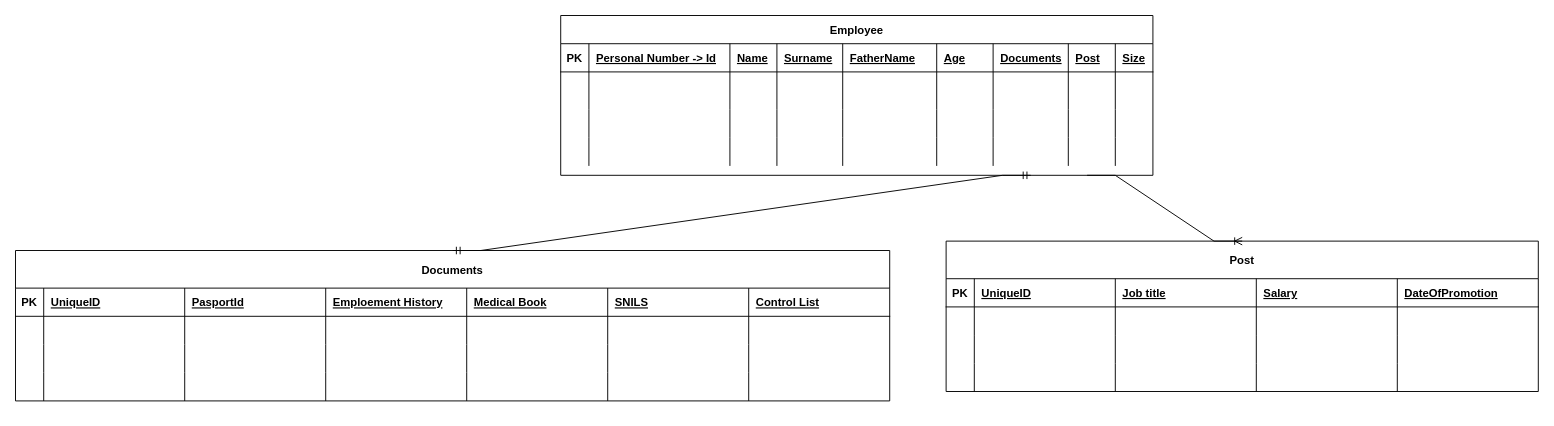
Before: KatinaDiagrama.drawio in Dorialean/Diagrams, a draw.io diagram. Source tidied: cells renumbered, new cells numbered last; positions are measured from the earlier drawing's top-left corner, leaving out a move shared by most shapes. Both pictures are drawn from the tidied source at 94%, with x=0, y=0 at pixel (15, 15).
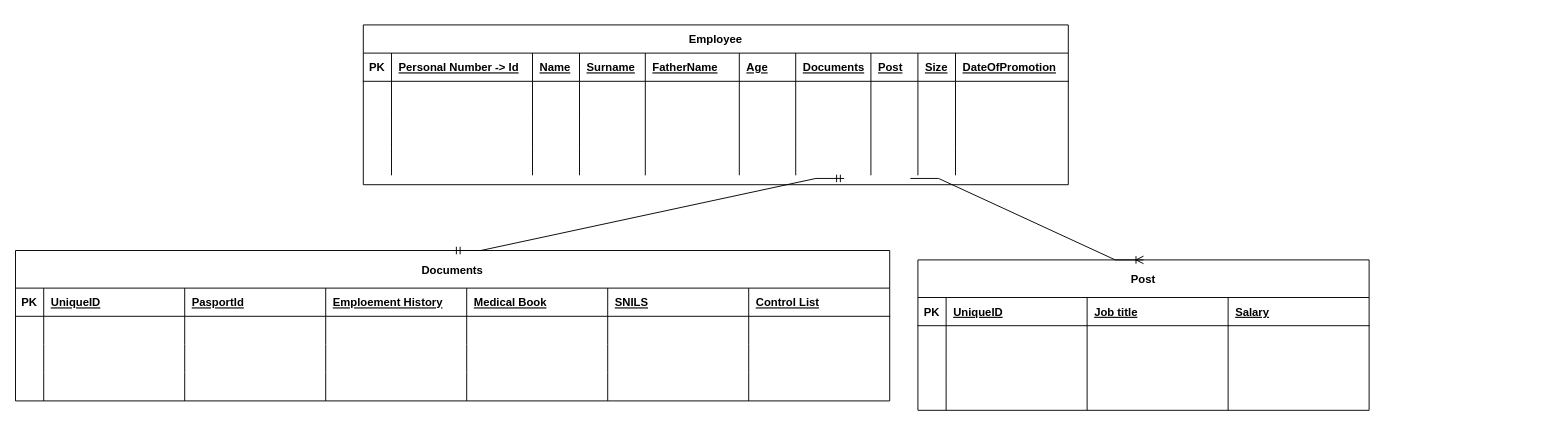
Above is the later version.

Unchanged cells that the change refers to:
```xml
<mxCell id="68" value="Documents" style="shape=table;startSize=40;childLayout=tableLayout;rowLines=0;fontStyle=1;align=center;" parent="1" vertex="1">
  <mxGeometry y="250" width="930" height="160" as="geometry" />
</mxCell>
```

The edit, as a diff of the source:
```diff
@@
     <mxCell id="2" value="Employee" style="shape=table;startSize=30;childLayout=tableLayout;rowLines=0;fontStyle=1;align=center;" parent="1" vertex="1">
-      <mxGeometry x="580" width="630" height="170" as="geometry" />
+      <mxGeometry x="370" y="10" width="750" height="170" as="geometry" />
     </mxCell>
     <mxCell id="3" style="shape=tableRow;horizontal=0;startSize=0;swimlaneHead=0;swimlaneBody=0;fillColor=none;top=0;left=0;right=0;bottom=1;" parent="2" vertex="1">
-      <mxGeometry y="30" width="630" height="30" as="geometry" />
+      <mxGeometry y="30" width="750" height="30" as="geometry" />
     </mxCell>
@@
+    <mxCell id="49" value="DateOfPromotion" style="shape=partialRectangle;fillColor=none;top=0;left=0;bottom=0;right=0;align=left;spacingLeft=6;fontStyle=5;overflow=hidden;" parent="3" vertex="1">
+      <mxGeometry x="630" width="120" height="30" as="geometry" />
+    </mxCell>
     <mxCell id="13" style="shape=tableRow;horizontal=0;startSize=0;swimlaneHead=0;swimlaneBody=0;fillColor=none;top=0;left=0;right=0;bottom=0;" parent="2" vertex="1">
-      <mxGeometry y="60" width="630" height="40" as="geometry" />
+      <mxGeometry y="60" width="750" height="40" as="geometry" />
     </mxCell>
@@
+    <mxCell id="103" style="shape=partialRectangle;fillColor=none;top=0;left=0;bottom=0;right=0;align=left;spacingLeft=6;overflow=hidden;" parent="13" vertex="1">
+      <mxGeometry x="630" width="120" height="40" as="geometry" />
+    </mxCell>
     <mxCell id="23" style="shape=tableRow;horizontal=0;startSize=0;swimlaneHead=0;swimlaneBody=0;fillColor=none;top=0;left=0;right=0;bottom=0;" parent="2" vertex="1">
-      <mxGeometry y="100" width="630" height="30" as="geometry" />
+      <mxGeometry y="100" width="750" height="30" as="geometry" />
     </mxCell>
@@
+    <mxCell id="104" style="shape=partialRectangle;fillColor=none;top=0;left=0;bottom=0;right=0;align=left;spacingLeft=6;overflow=hidden;" parent="23" vertex="1">
+      <mxGeometry x="630" width="120" height="30" as="geometry" />
+    </mxCell>
     <mxCell id="33" style="shape=tableRow;horizontal=0;startSize=0;swimlaneHead=0;swimlaneBody=0;fillColor=none;points=[[0,0.5],[1,0.5]];portConstraint=eastwest;top=0;left=0;right=0;bottom=0;" parent="2" vertex="1">
-      <mxGeometry y="130" width="630" height="30" as="geometry" />
+      <mxGeometry y="130" width="750" height="30" as="geometry" />
     </mxCell>
@@
+    <mxCell id="105" style="shape=partialRectangle;fillColor=none;top=0;left=0;bottom=0;right=0;align=left;spacingLeft=6;overflow=hidden;" parent="33" vertex="1">
+      <mxGeometry x="630" width="120" height="30" as="geometry" />
+    </mxCell>
     <mxCell id="43" value="Post" style="shape=table;startSize=40;childLayout=tableLayout;rowLines=0;fontStyle=1;align=center;" parent="1" vertex="1">
-      <mxGeometry x="990" y="240" width="630" height="160" as="geometry" />
+      <mxGeometry x="960" y="260" width="480" height="160" as="geometry" />
     </mxCell>
     <mxCell id="44" style="shape=tableRow;horizontal=0;startSize=0;swimlaneHead=0;swimlaneBody=0;fillColor=none;top=0;left=0;right=0;bottom=1;" parent="43" vertex="1">
-      <mxGeometry y="40" width="630" height="30" as="geometry" />
+      <mxGeometry y="40" width="480" height="30" as="geometry" />
     </mxCell>
@@
-    <mxCell id="49" value="DateOfPromotion" style="shape=partialRectangle;fillColor=none;top=0;left=0;bottom=0;right=0;align=left;spacingLeft=6;fontStyle=5;overflow=hidden;" parent="44" vertex="1">
-      <mxGeometry x="480" width="150" height="30" as="geometry" />
-    </mxCell>
     <mxCell id="50" style="shape=tableRow;horizontal=0;startSize=0;swimlaneHead=0;swimlaneBody=0;fillColor=none;top=0;left=0;right=0;bottom=0;" parent="43" vertex="1">
-      <mxGeometry y="70" width="630" height="30" as="geometry" />
+      <mxGeometry y="70" width="480" height="30" as="geometry" />
     </mxCell>
@@
-    <mxCell id="55" style="shape=partialRectangle;fillColor=none;top=0;left=0;bottom=0;right=0;align=left;spacingLeft=6;overflow=hidden;" parent="50" vertex="1">
-      <mxGeometry x="480" width="150" height="30" as="geometry" />
-    </mxCell>
     <mxCell id="56" style="shape=tableRow;horizontal=0;startSize=0;swimlaneHead=0;swimlaneBody=0;fillColor=none;top=0;left=0;right=0;bottom=0;" parent="43" vertex="1">
-      <mxGeometry y="100" width="630" height="30" as="geometry" />
+      <mxGeometry y="100" width="480" height="30" as="geometry" />
     </mxCell>
@@
-    <mxCell id="61" style="shape=partialRectangle;fillColor=none;top=0;left=0;bottom=0;right=0;align=left;spacingLeft=6;overflow=hidden;" parent="56" vertex="1">
-      <mxGeometry x="480" width="150" height="30" as="geometry" />
-    </mxCell>
     <mxCell id="62" style="shape=tableRow;horizontal=0;startSize=0;swimlaneHead=0;swimlaneBody=0;fillColor=none;top=0;left=0;right=0;bottom=0;" parent="43" vertex="1">
-      <mxGeometry y="130" width="630" height="30" as="geometry" />
+      <mxGeometry y="130" width="480" height="30" as="geometry" />
     </mxCell>
@@
-    <mxCell id="67" style="shape=partialRectangle;fillColor=none;top=0;left=0;bottom=0;right=0;align=left;spacingLeft=6;overflow=hidden;" parent="62" vertex="1">
-      <mxGeometry x="480" width="150" height="30" as="geometry" />
-    </mxCell>
@@
-    <mxCell id="101" style="edgeStyle=entityRelationEdgeStyle;fontSize=12;html=1;endArrow=ERmandOne;startArrow=ERmandOne;rounded=0;exitX=0.5;exitY=0;exitDx=0;exitDy=0;" parent="1" edge="1" source="68">
-      <mxGeometry relative="1" as="geometry">
-        <mxPoint x="1080" y="170" as="targetPoint" />
-      </mxGeometry>
+    <mxCell id="101" style="edgeStyle=entityRelationEdgeStyle;fontSize=12;html=1;endArrow=ERmandOne;startArrow=ERmandOne;rounded=0;exitX=0.5;exitY=0;exitDx=0;exitDy=0;entryX=0.682;entryY=1.111;entryDx=0;entryDy=0;entryPerimeter=0;" parent="1" edge="1" source="68" target="33">
+      <mxGeometry relative="1" as="geometry" />
     </mxCell>
-    <mxCell id="102" style="edgeStyle=entityRelationEdgeStyle;fontSize=12;html=1;endArrow=ERoneToMany;rounded=0;entryX=0.5;entryY=0;entryDx=0;entryDy=0;" parent="1" edge="1" target="43">
-      <mxGeometry relative="1" as="geometry">
-        <mxPoint x="1140" y="170" as="sourcePoint" />
-      </mxGeometry>
+    <mxCell id="102" style="edgeStyle=entityRelationEdgeStyle;fontSize=12;html=1;endArrow=ERoneToMany;rounded=0;entryX=0.5;entryY=0;entryDx=0;entryDy=0;exitX=0.776;exitY=1.111;exitDx=0;exitDy=0;exitPerimeter=0;" parent="1" edge="1" source="33" target="43">
+      <mxGeometry relative="1" as="geometry" />
     </mxCell>
```
